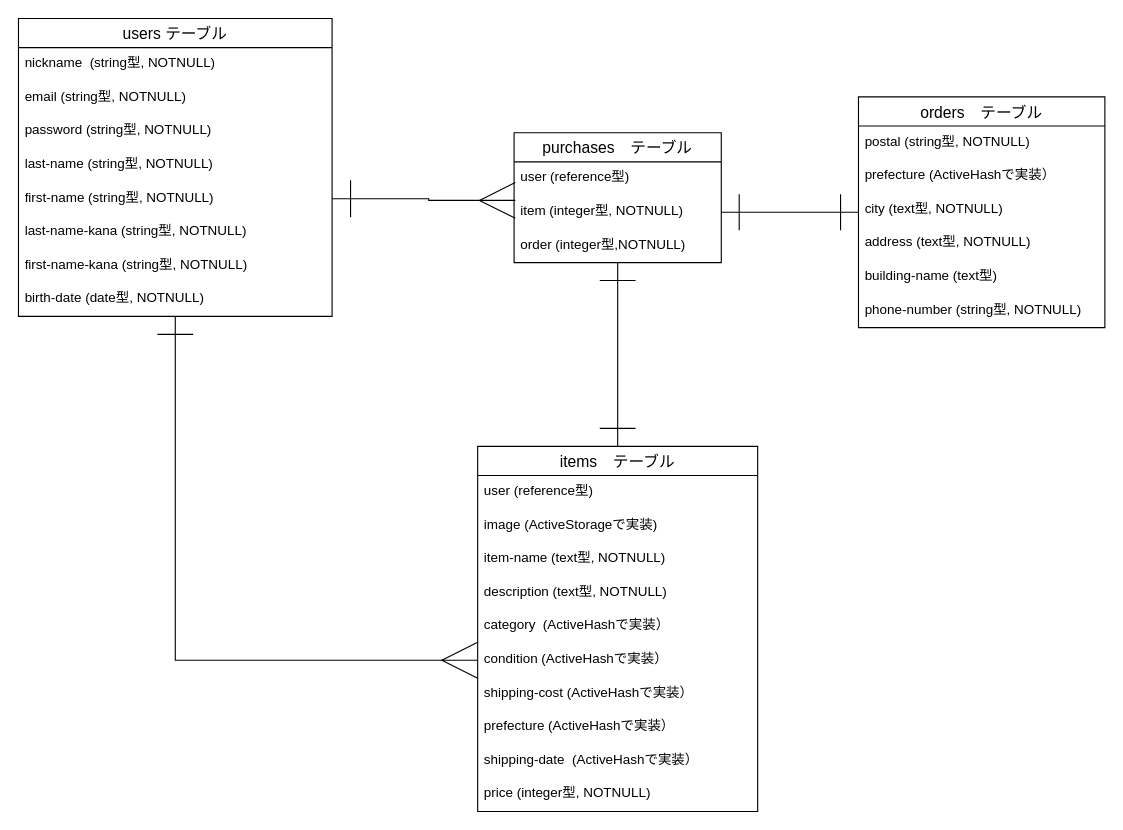
Y-h-tomo/furima-32495 keeps this draw.io diagram as furima-32495.dio. Above is the earlier version. Source tidied: cells renumbered, new cells numbered last; positions are measured from the earlier drawing's top-left corner, leaving out a move shared by most shapes. Both pictures are drawn from the tidied source at 112%, with x=0, y=0 at pixel (18, 18).
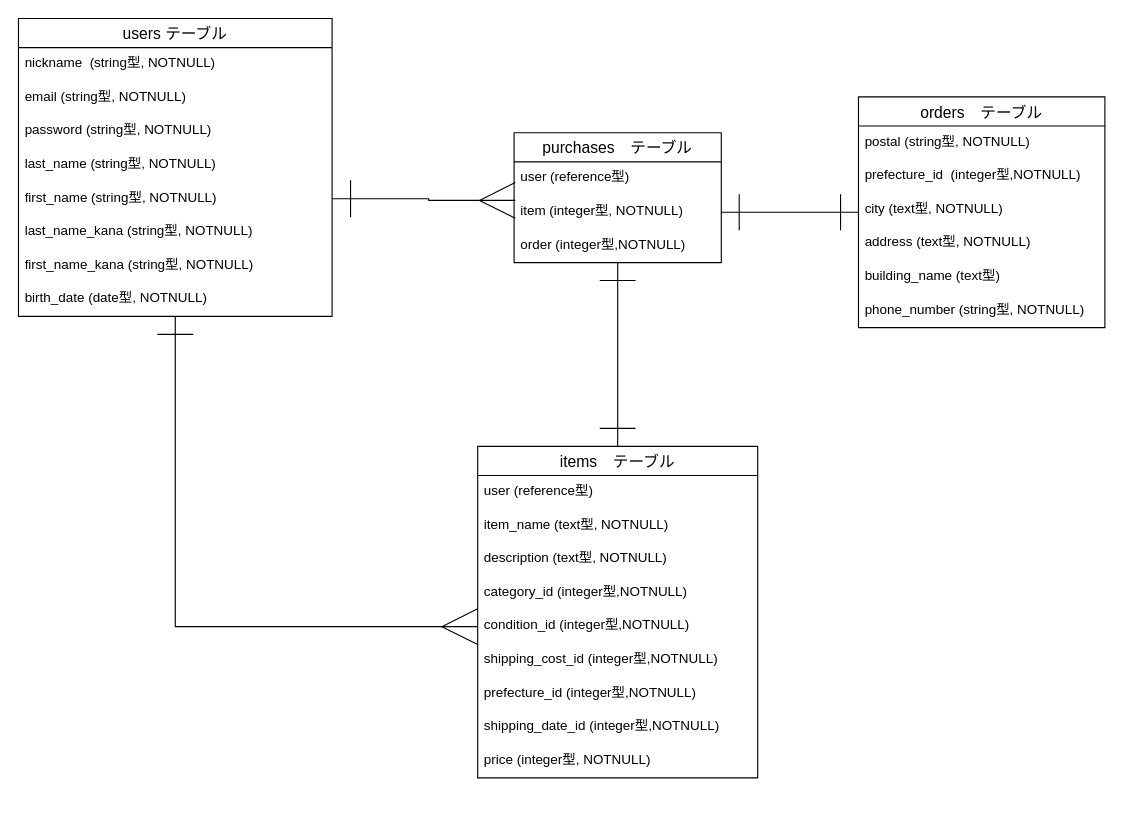
The same page after the edit.

Commit message (it also covers changes not shown here):
ER図作成の修正

The change refers to these unchanged cells:
```xml
<mxCell id="4" value="users テーブル" style="swimlane;fontStyle=0;horizontal=1;startSize=26;align=center;fontSize=14;" parent="1" vertex="1">
  <mxGeometry width="280" height="266" as="geometry" />
</mxCell>
<mxCell id="30" value="orders　テーブル" style="swimlane;fontStyle=0;horizontal=1;startSize=26;align=center;fontSize=14;" parent="1" vertex="1">
  <mxGeometry x="750" y="70" width="220" height="206" as="geometry" />
</mxCell>
```

What changed in the source:
```diff
@@
-    <mxCell id="8" value="last-name (string型, NOTNULL)" style="text;strokeColor=none;fillColor=none;spacingLeft=4;spacingRight=4;overflow=hidden;fontSize=12;" parent="4" vertex="1">
+    <mxCell id="8" value="last_name (string型, NOTNULL)" style="text;strokeColor=none;fillColor=none;spacingLeft=4;spacingRight=4;overflow=hidden;fontSize=12;" parent="4" vertex="1">
       <mxGeometry y="116" width="280" height="30" as="geometry" />
     </mxCell>
-    <mxCell id="9" value="first-name (string型, NOTNULL)&#10; " style="text;strokeColor=none;fillColor=none;spacingLeft=4;spacingRight=4;overflow=hidden;points=[[0,0.5],[1,0.5]];portConstraint=eastwest;fontSize=12;" parent="4" vertex="1">
+    <mxCell id="9" value="first_name (string型, NOTNULL)&#10; " style="text;strokeColor=none;fillColor=none;spacingLeft=4;spacingRight=4;overflow=hidden;points=[[0,0.5],[1,0.5]];portConstraint=eastwest;fontSize=12;" parent="4" vertex="1">
       <mxGeometry y="146" width="280" height="30" as="geometry" />
     </mxCell>
-    <mxCell id="10" value="last-name-kana (string型, NOTNULL)" style="text;strokeColor=none;fillColor=none;spacingLeft=4;spacingRight=4;overflow=hidden;fontSize=12;" parent="4" vertex="1">
+    <mxCell id="10" value="last_name_kana (string型, NOTNULL)" style="text;strokeColor=none;fillColor=none;spacingLeft=4;spacingRight=4;overflow=hidden;fontSize=12;" parent="4" vertex="1">
       <mxGeometry y="176" width="280" height="30" as="geometry" />
     </mxCell>
-    <mxCell id="11" value="first-name-kana (string型, NOTNULL)" style="text;strokeColor=none;fillColor=none;spacingLeft=4;spacingRight=4;overflow=hidden;fontSize=12;" parent="4" vertex="1">
+    <mxCell id="11" value="first_name_kana (string型, NOTNULL)" style="text;strokeColor=none;fillColor=none;spacingLeft=4;spacingRight=4;overflow=hidden;fontSize=12;" parent="4" vertex="1">
       <mxGeometry y="206" width="280" height="30" as="geometry" />
     </mxCell>
-    <mxCell id="12" value="birth-date (date型, NOTNULL)" style="text;strokeColor=none;fillColor=none;spacingLeft=4;spacingRight=4;overflow=hidden;fontSize=12;" parent="4" vertex="1">
+    <mxCell id="12" value="birth_date (date型, NOTNULL)" style="text;strokeColor=none;fillColor=none;spacingLeft=4;spacingRight=4;overflow=hidden;fontSize=12;" parent="4" vertex="1">
       <mxGeometry y="236" width="280" height="30" as="geometry" />
     </mxCell>
@@
     <mxCell id="15" value="items　テーブル" style="swimlane;fontStyle=0;horizontal=1;startSize=26;align=center;fontSize=14;" parent="1" vertex="1">
-      <mxGeometry x="410" y="382" width="250" height="326" as="geometry" />
+      <mxGeometry x="410" y="382" width="250" height="296" as="geometry" />
     </mxCell>
@@
-    <mxCell id="17" value="image (ActiveStorageで実装)" style="text;strokeColor=none;fillColor=none;spacingLeft=4;spacingRight=4;overflow=hidden;fontSize=12;" parent="15" vertex="1">
-      <mxGeometry y="56" width="250" height="30" as="geometry" />
-    </mxCell>
-    <mxCell id="18" value="item-name (text型, NOTNULL)" style="text;strokeColor=none;fillColor=none;spacingLeft=4;spacingRight=4;overflow=hidden;fontSize=12;" parent="15" vertex="1">
-      <mxGeometry y="86" width="250" height="30" as="geometry" />
+    <mxCell id="18" value="item_name (text型, NOTNULL)" style="text;strokeColor=none;fillColor=none;spacingLeft=4;spacingRight=4;overflow=hidden;fontSize=12;" parent="15" vertex="1">
+      <mxGeometry y="56" width="250" height="30" as="geometry" />
     </mxCell>
     <mxCell id="19" value="description (text型, NOTNULL)" style="text;strokeColor=none;fillColor=none;spacingLeft=4;spacingRight=4;overflow=hidden;fontSize=12;" parent="15" vertex="1">
-      <mxGeometry y="116" width="250" height="30" as="geometry" />
+      <mxGeometry y="86" width="250" height="30" as="geometry" />
     </mxCell>
-    <mxCell id="20" value="category  (ActiveHashで実装）" style="text;strokeColor=none;fillColor=none;spacingLeft=4;spacingRight=4;overflow=hidden;fontSize=12;" parent="15" vertex="1">
-      <mxGeometry y="146" width="250" height="30" as="geometry" />
+    <mxCell id="20" value="category_id (integer型,NOTNULL)" style="text;strokeColor=none;fillColor=none;spacingLeft=4;spacingRight=4;overflow=hidden;fontSize=12;" parent="15" vertex="1">
+      <mxGeometry y="116" width="250" height="30" as="geometry" />
     </mxCell>
-    <mxCell id="21" value="condition (ActiveHashで実装）" style="text;strokeColor=none;fillColor=none;spacingLeft=4;spacingRight=4;overflow=hidden;points=[[0,0.5],[1,0.5]];portConstraint=eastwest;fontSize=12;" parent="15" vertex="1">
-      <mxGeometry y="176" width="250" height="30" as="geometry" />
+    <mxCell id="21" value="condition_id (integer型,NOTNULL)" style="text;strokeColor=none;fillColor=none;spacingLeft=4;spacingRight=4;overflow=hidden;points=[[0,0.5],[1,0.5]];portConstraint=eastwest;fontSize=12;" parent="15" vertex="1">
+      <mxGeometry y="146" width="250" height="30" as="geometry" />
     </mxCell>
-    <mxCell id="22" value="shipping-cost (ActiveHashで実装）" style="text;strokeColor=none;fillColor=none;spacingLeft=4;spacingRight=4;overflow=hidden;fontSize=12;" parent="15" vertex="1">
-      <mxGeometry y="206" width="250" height="30" as="geometry" />
+    <mxCell id="22" value="shipping_cost_id (integer型,NOTNULL)" style="text;strokeColor=none;fillColor=none;spacingLeft=4;spacingRight=4;overflow=hidden;fontSize=12;" parent="15" vertex="1">
+      <mxGeometry y="176" width="250" height="30" as="geometry" />
     </mxCell>
-    <mxCell id="23" value="prefecture (ActiveHashで実装）" style="text;strokeColor=none;fillColor=none;spacingLeft=4;spacingRight=4;overflow=hidden;fontSize=12;" parent="15" vertex="1">
-      <mxGeometry y="236" width="250" height="30" as="geometry" />
+    <mxCell id="23" value="prefecture_id (integer型,NOTNULL)" style="text;strokeColor=none;fillColor=none;spacingLeft=4;spacingRight=4;overflow=hidden;fontSize=12;" parent="15" vertex="1">
+      <mxGeometry y="206" width="250" height="30" as="geometry" />
     </mxCell>
-    <mxCell id="24" value="shipping-date  (ActiveHashで実装）" style="text;strokeColor=none;fillColor=none;spacingLeft=4;spacingRight=4;overflow=hidden;fontSize=12;" parent="15" vertex="1">
-      <mxGeometry y="266" width="250" height="30" as="geometry" />
+    <mxCell id="24" value="shipping_date_id (integer型,NOTNULL)" style="text;strokeColor=none;fillColor=none;spacingLeft=4;spacingRight=4;overflow=hidden;fontSize=12;" parent="15" vertex="1">
+      <mxGeometry y="236" width="250" height="30" as="geometry" />
     </mxCell>
     <mxCell id="25" value="price (integer型, NOTNULL)" style="text;strokeColor=none;fillColor=none;spacingLeft=4;spacingRight=4;overflow=hidden;fontSize=12;" parent="15" vertex="1">
-      <mxGeometry y="296" width="250" height="30" as="geometry" />
+      <mxGeometry y="266" width="250" height="30" as="geometry" />
     </mxCell>
@@
-    <mxCell id="32" value="prefecture (ActiveHashで実装）" style="text;strokeColor=none;fillColor=none;spacingLeft=4;spacingRight=4;overflow=hidden;fontSize=12;" parent="30" vertex="1">
+    <mxCell id="32" value="prefecture_id  (integer型,NOTNULL)" style="text;strokeColor=none;fillColor=none;spacingLeft=4;spacingRight=4;overflow=hidden;fontSize=12;" parent="30" vertex="1">
       <mxGeometry y="56" width="220" height="30" as="geometry" />
     </mxCell>
@@
-    <mxCell id="35" value="building-name (text型)" style="text;strokeColor=none;fillColor=none;spacingLeft=4;spacingRight=4;overflow=hidden;fontSize=12;" parent="30" vertex="1">
+    <mxCell id="35" value="building_name (text型)" style="text;strokeColor=none;fillColor=none;spacingLeft=4;spacingRight=4;overflow=hidden;fontSize=12;" parent="30" vertex="1">
       <mxGeometry y="146" width="220" height="30" as="geometry" />
     </mxCell>
-    <mxCell id="36" value="phone-number (string型, NOTNULL)" style="text;strokeColor=none;fillColor=none;spacingLeft=4;spacingRight=4;overflow=hidden;fontSize=12;" parent="30" vertex="1">
+    <mxCell id="36" value="phone_number (string型, NOTNULL)" style="text;strokeColor=none;fillColor=none;spacingLeft=4;spacingRight=4;overflow=hidden;fontSize=12;" parent="30" vertex="1">
       <mxGeometry y="176" width="220" height="30" as="geometry" />
     </mxCell>
```
